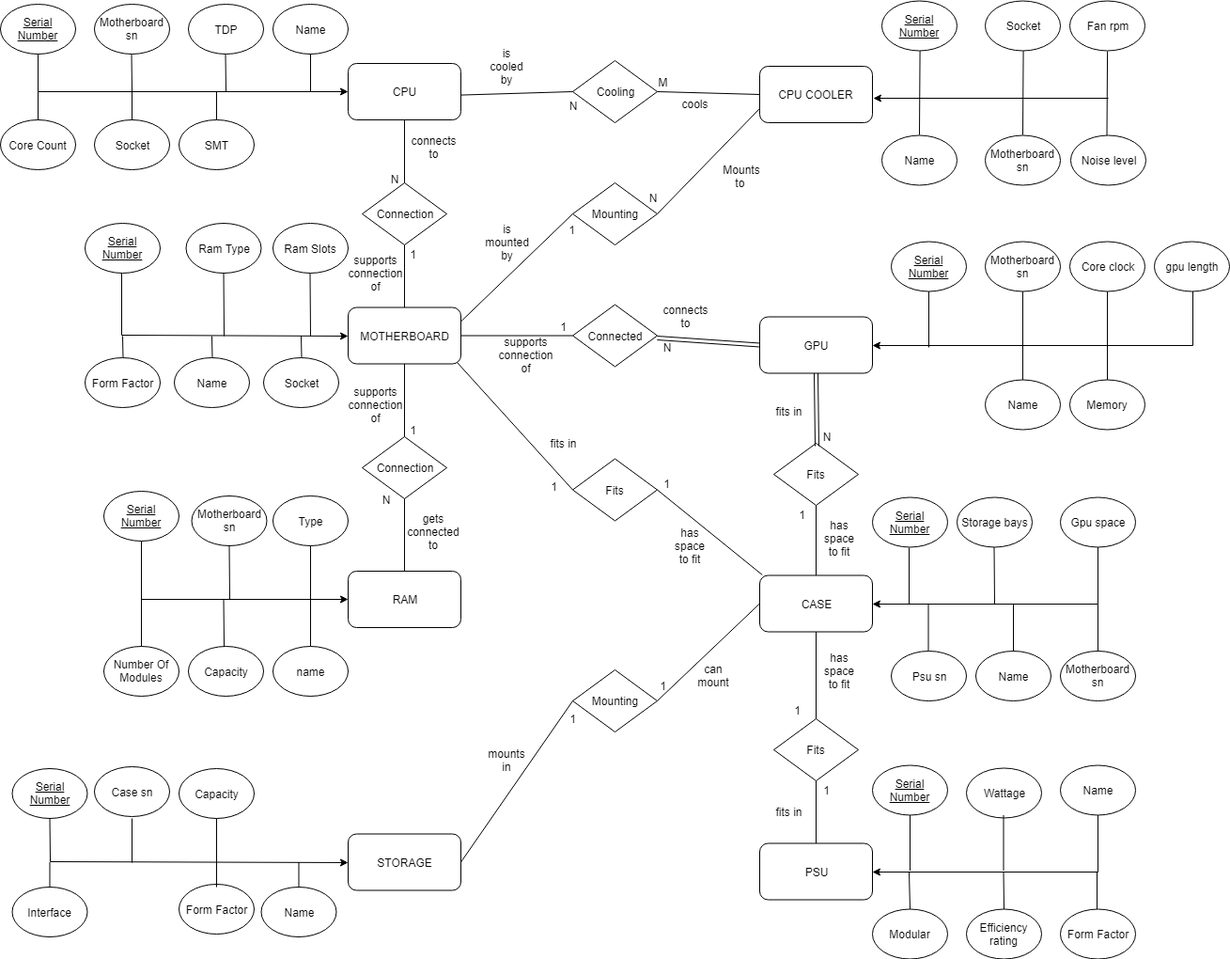
The draw.io diagram Entity Relationship Diagram.png in ciarancoady98/Information-Management-II, before a commit. Source tidied: cells renumbered, new cells last; positions are measured from the earlier drawing's top-left corner, leaving out a move shared by most shapes.
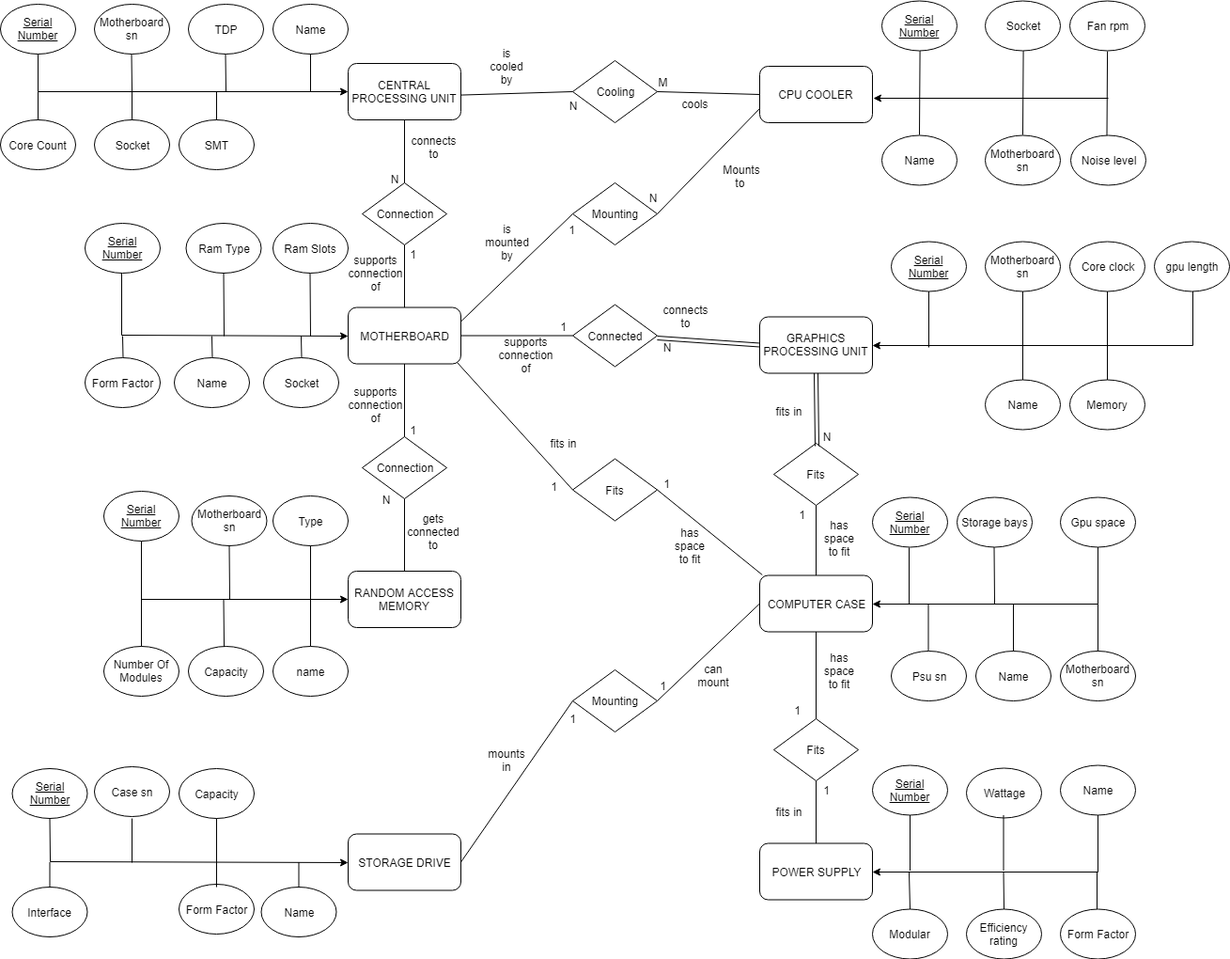
The same diagram one commit later.

The edit, as a diff of the source:
```diff
@@ -2,7 +2,7 @@
   <root>
     <mxCell id="0" />
     <mxCell id="1" parent="0" />
-    <mxCell id="2" value="CPU" style="rounded=1;whiteSpace=wrap;html=1;" parent="1" vertex="1">
+    <mxCell id="2" value="CENTRAL PROCESSING UNIT" style="rounded=1;whiteSpace=wrap;html=1;" parent="1" vertex="1">
       <mxGeometry x="370" y="67" width="120" height="60" as="geometry" />
     </mxCell>
     <mxCell id="3" style="edgeStyle=orthogonalEdgeStyle;rounded=0;jettySize=auto;html=1;entryX=0;entryY=0.5;entryDx=0;entryDy=0;" parent="1" edge="1" source="4" target="2">
@@ -71,7 +71,7 @@
     <mxCell id="20" value="Socket" style="ellipse;whiteSpace=wrap;html=1;" parent="1" vertex="1">
       <mxGeometry x="280" y="380" width="80" height="53" as="geometry" />
     </mxCell>
-    <mxCell id="21" value="RAM" style="rounded=1;whiteSpace=wrap;html=1;" parent="1" vertex="1">
+    <mxCell id="21" value="RANDOM ACCESS MEMORY" style="rounded=1;whiteSpace=wrap;html=1;" parent="1" vertex="1">
       <mxGeometry x="370" y="607" width="120" height="60" as="geometry" />
     </mxCell>
     <mxCell id="22" style="edgeStyle=orthogonalEdgeStyle;rounded=0;jettySize=auto;html=1;entryX=0;entryY=0.5;entryDx=0;entryDy=0;" parent="1" edge="1" source="23" target="21">
@@ -96,7 +96,7 @@
     <mxCell id="27" value="Motherboard sn" style="ellipse;whiteSpace=wrap;html=1;" parent="1" vertex="1">
       <mxGeometry x="203.5" y="527" width="80" height="53" as="geometry" />
     </mxCell>
-    <mxCell id="28" value="STORAGE" style="rounded=1;whiteSpace=wrap;html=1;" parent="1" vertex="1">
+    <mxCell id="28" value="STORAGE DRIVE" style="rounded=1;whiteSpace=wrap;html=1;" parent="1" vertex="1">
       <mxGeometry x="370" y="886.5" width="120" height="60" as="geometry" />
     </mxCell>
     <mxCell id="29" style="edgeStyle=orthogonalEdgeStyle;rounded=0;jettySize=auto;html=1;entryX=0;entryY=0.5;entryDx=0;entryDy=0;" parent="1" edge="1" source="30" target="28">
@@ -124,7 +124,7 @@
     <mxCell id="35" value="Case sn" style="ellipse;whiteSpace=wrap;html=1;" parent="1" vertex="1">
       <mxGeometry x="100" y="815" width="80" height="53" as="geometry" />
     </mxCell>
-    <mxCell id="36" value="PSU" style="rounded=1;whiteSpace=wrap;html=1;" parent="1" vertex="1">
+    <mxCell id="36" value="POWER SUPPLY" style="rounded=1;whiteSpace=wrap;html=1;" parent="1" vertex="1">
       <mxGeometry x="808" y="896.5" width="120" height="60" as="geometry" />
     </mxCell>
     <mxCell id="37" value="&lt;u&gt;Serial Number&lt;/u&gt;" style="ellipse;whiteSpace=wrap;html=1;" parent="1" vertex="1">
@@ -142,7 +142,7 @@
     <mxCell id="41" value="Form Factor" style="ellipse;whiteSpace=wrap;html=1;" parent="1" vertex="1">
       <mxGeometry x="1128" y="966.5" width="80" height="53" as="geometry" />
     </mxCell>
-    <mxCell id="42" value="CASE" style="rounded=1;whiteSpace=wrap;html=1;" parent="1" vertex="1">
+    <mxCell id="42" value="COMPUTER CASE" style="rounded=1;whiteSpace=wrap;html=1;" parent="1" vertex="1">
       <mxGeometry x="808" y="611.5" width="120" height="60" as="geometry" />
     </mxCell>
     <mxCell id="43" value="&lt;u&gt;Serial Number&lt;/u&gt;" style="ellipse;whiteSpace=wrap;html=1;" parent="1" vertex="1">
@@ -170,7 +170,7 @@
     <mxCell id="49" value="Name" style="ellipse;whiteSpace=wrap;html=1;" parent="1" vertex="1">
       <mxGeometry x="1038" y="692" width="80" height="53" as="geometry" />
     </mxCell>
-    <mxCell id="50" value="GPU" style="rounded=1;whiteSpace=wrap;html=1;" parent="1" vertex="1">
+    <mxCell id="50" value="GRAPHICS PROCESSING UNIT" style="rounded=1;whiteSpace=wrap;html=1;" parent="1" vertex="1">
       <mxGeometry x="808" y="336.5" width="120" height="60" as="geometry" />
     </mxCell>
     <mxCell id="51" value="&lt;u&gt;Serial Number&lt;/u&gt;" style="ellipse;whiteSpace=wrap;html=1;" parent="1" vertex="1">
```
